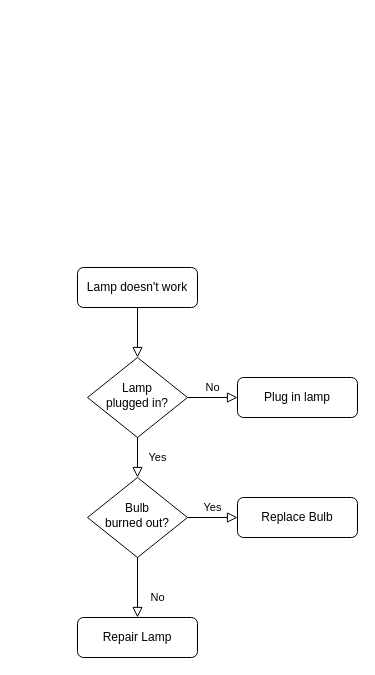
Above: Untitled Diagram.drawio in fenixchen/work (draw.io), before the change. Source tidied: cells renumbered, new cells numbered last; positions are measured from the earlier drawing's top-left corner, leaving out a move shared by most shapes. Both pictures are drawn from the tidied source at 100%, with x=0, y=0 at pixel (77, 267).
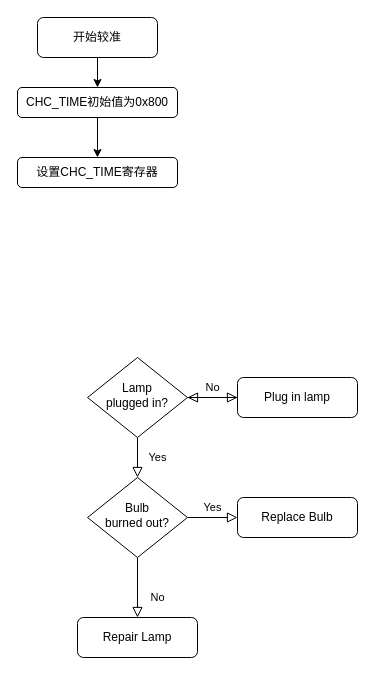
Above is the later version.

Change to the diagram source:
```diff
@@
 <mxGraphModel>
   <root>
     <mxCell id="0" />
     <mxCell id="1" parent="0" />
-    <mxCell id="2" style="rounded=0;html=1;jettySize=auto;fontSize=11;endArrow=block;endFill=0;endSize=8;strokeWidth=1;shadow=0;labelBackgroundColor=none;edgeStyle=orthogonalEdgeStyle;" parent="1" edge="1" source="3" target="6">
+    <mxCell id="2" style="rounded=0;html=1;jettySize=auto;fontSize=11;endArrow=block;endFill=0;endSize=8;strokeWidth=1;shadow=0;labelBackgroundColor=none;edgeStyle=orthogonalEdgeStyle;" parent="1" edge="1" source="7" target="6">
       <mxGeometry relative="1" as="geometry" />
     </mxCell>
+    <mxCell id="13" style="edgeStyle=orthogonalEdgeStyle;rounded=0;jettySize=auto;html=1;" parent="1" edge="1" source="3" target="15">
+      <mxGeometry relative="1" as="geometry" />
+    </mxCell>
-    <mxCell id="3" value="Lamp doesn't work" style="rounded=1;whiteSpace=wrap;html=1;fontSize=12;glass=0;strokeWidth=1;shadow=0;" parent="1" vertex="1">
-      <mxGeometry width="120" height="40" as="geometry" />
+    <mxCell id="3" value="开始较准" style="rounded=1;whiteSpace=wrap;html=1;fontSize=12;glass=0;strokeWidth=1;shadow=0;" parent="1" vertex="1">
+      <mxGeometry x="-40" y="-250" width="120" height="40" as="geometry" />
     </mxCell>
     <mxCell id="4" value="Yes" style="rounded=0;html=1;jettySize=auto;fontSize=11;endArrow=block;endFill=0;endSize=8;strokeWidth=1;shadow=0;labelBackgroundColor=none;edgeStyle=orthogonalEdgeStyle;" parent="1" edge="1" source="6" target="10">
       <mxGeometry y="20" relative="1" as="geometry" />
     </mxCell>
     <mxCell id="5" value="No" style="edgeStyle=orthogonalEdgeStyle;rounded=0;html=1;jettySize=auto;fontSize=11;endArrow=block;endFill=0;endSize=8;strokeWidth=1;shadow=0;labelBackgroundColor=none;" parent="1" edge="1" source="6" target="7">
       <mxGeometry y="10" relative="1" as="geometry" />
     </mxCell>
     <mxCell id="6" value="Lamp&lt;br&gt;plugged in?" style="rhombus;whiteSpace=wrap;html=1;shadow=0;fontFamily=Helvetica;fontSize=12;align=center;strokeWidth=1;spacing=6;spacingTop=-4;" parent="1" vertex="1">
       <mxGeometry x="10" y="90" width="100" height="80" as="geometry" />
     </mxCell>
     <mxCell id="7" value="Plug in lamp" style="rounded=1;whiteSpace=wrap;html=1;fontSize=12;glass=0;strokeWidth=1;shadow=0;" parent="1" vertex="1">
       <mxGeometry x="160" y="110" width="120" height="40" as="geometry" />
     </mxCell>
     <mxCell id="8" value="No" style="rounded=0;html=1;jettySize=auto;fontSize=11;endArrow=block;endFill=0;endSize=8;strokeWidth=1;shadow=0;labelBackgroundColor=none;edgeStyle=orthogonalEdgeStyle;" parent="1" edge="1" source="10" target="11">
       <mxGeometry x="0.33" y="20" relative="1" as="geometry" />
     </mxCell>
     <mxCell id="9" value="Yes" style="edgeStyle=orthogonalEdgeStyle;rounded=0;html=1;jettySize=auto;fontSize=11;endArrow=block;endFill=0;endSize=8;strokeWidth=1;shadow=0;labelBackgroundColor=none;" parent="1" edge="1" source="10" target="12">
       <mxGeometry y="10" relative="1" as="geometry" />
     </mxCell>
     <mxCell id="10" value="Bulb&lt;br&gt;burned out?" style="rhombus;whiteSpace=wrap;html=1;shadow=0;fontFamily=Helvetica;fontSize=12;align=center;strokeWidth=1;spacing=6;spacingTop=-4;" parent="1" vertex="1">
       <mxGeometry x="10" y="210" width="100" height="80" as="geometry" />
     </mxCell>
     <mxCell id="11" value="Repair Lamp" style="rounded=1;whiteSpace=wrap;html=1;fontSize=12;glass=0;strokeWidth=1;shadow=0;" parent="1" vertex="1">
       <mxGeometry y="350" width="120" height="40" as="geometry" />
     </mxCell>
     <mxCell id="12" value="Replace Bulb" style="rounded=1;whiteSpace=wrap;html=1;fontSize=12;glass=0;strokeWidth=1;shadow=0;" parent="1" vertex="1">
       <mxGeometry x="160" y="230" width="120" height="40" as="geometry" />
     </mxCell>
+    <mxCell id="14" style="edgeStyle=orthogonalEdgeStyle;rounded=0;jettySize=auto;html=1;" parent="1" edge="1" source="15" target="16">
+      <mxGeometry relative="1" as="geometry" />
+    </mxCell>
+    <mxCell id="15" value="CHC_TIME初始值为0x800" style="whiteSpace=wrap;html=1;rounded=1;shadow=0;strokeWidth=1;glass=0;" parent="1" vertex="1">
+      <mxGeometry x="-60" y="-180" width="160" height="30" as="geometry" />
+    </mxCell>
+    <mxCell id="16" value="设置CHC_TIME寄存器" style="whiteSpace=wrap;html=1;rounded=1;shadow=0;strokeWidth=1;glass=0;" parent="1" vertex="1">
+      <mxGeometry x="-60" y="-110" width="160" height="30" as="geometry" />
+    </mxCell>
   </root>
 </mxGraphModel>
```
